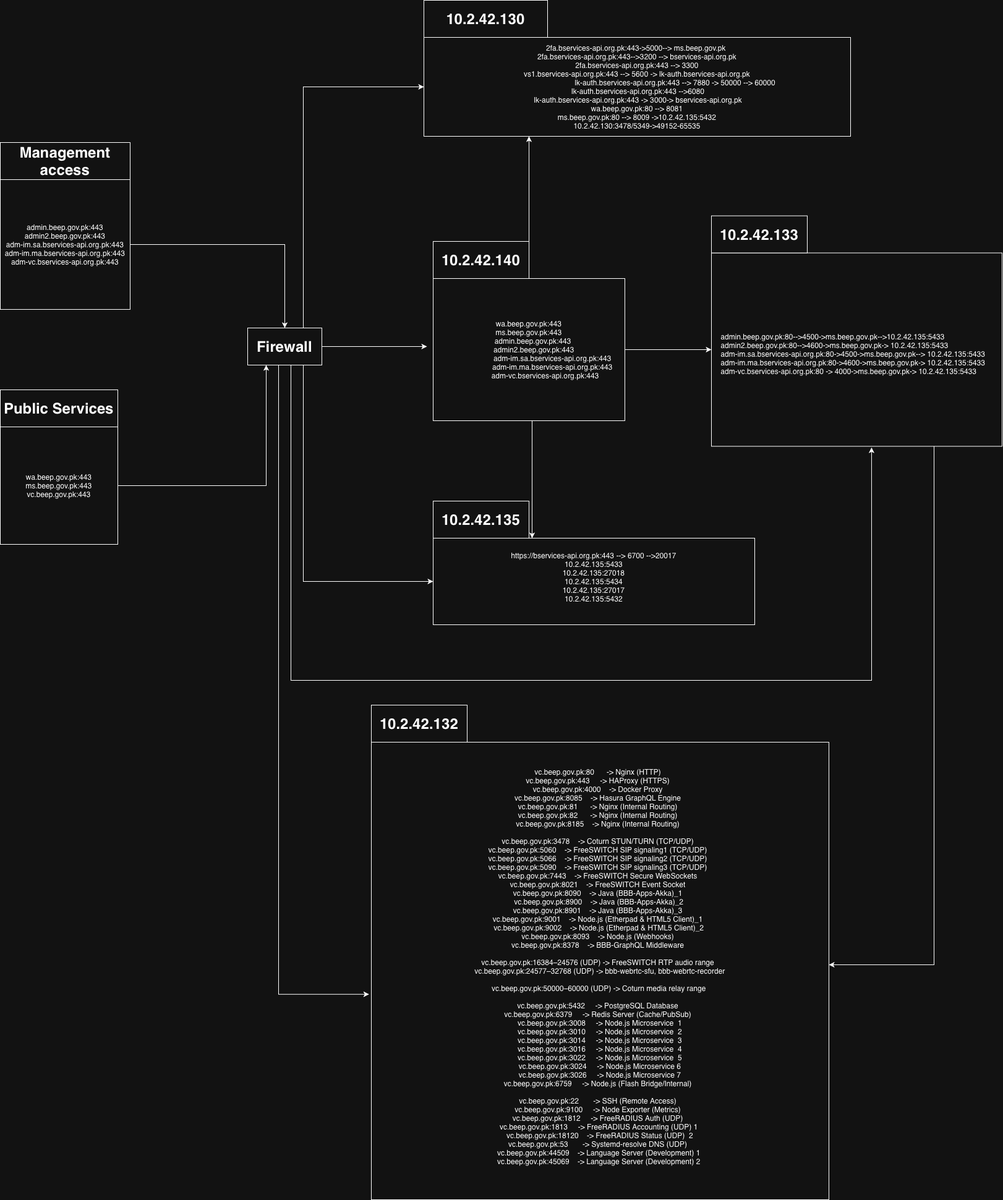
The draw.io diagram Untitled Diagram.drawio.png in Ahmer-rehman/backend, before a commit. Source tidied: cells renumbered, new cells last; positions are measured from the earlier drawing's top-left corner, leaving out a move shared by most shapes.
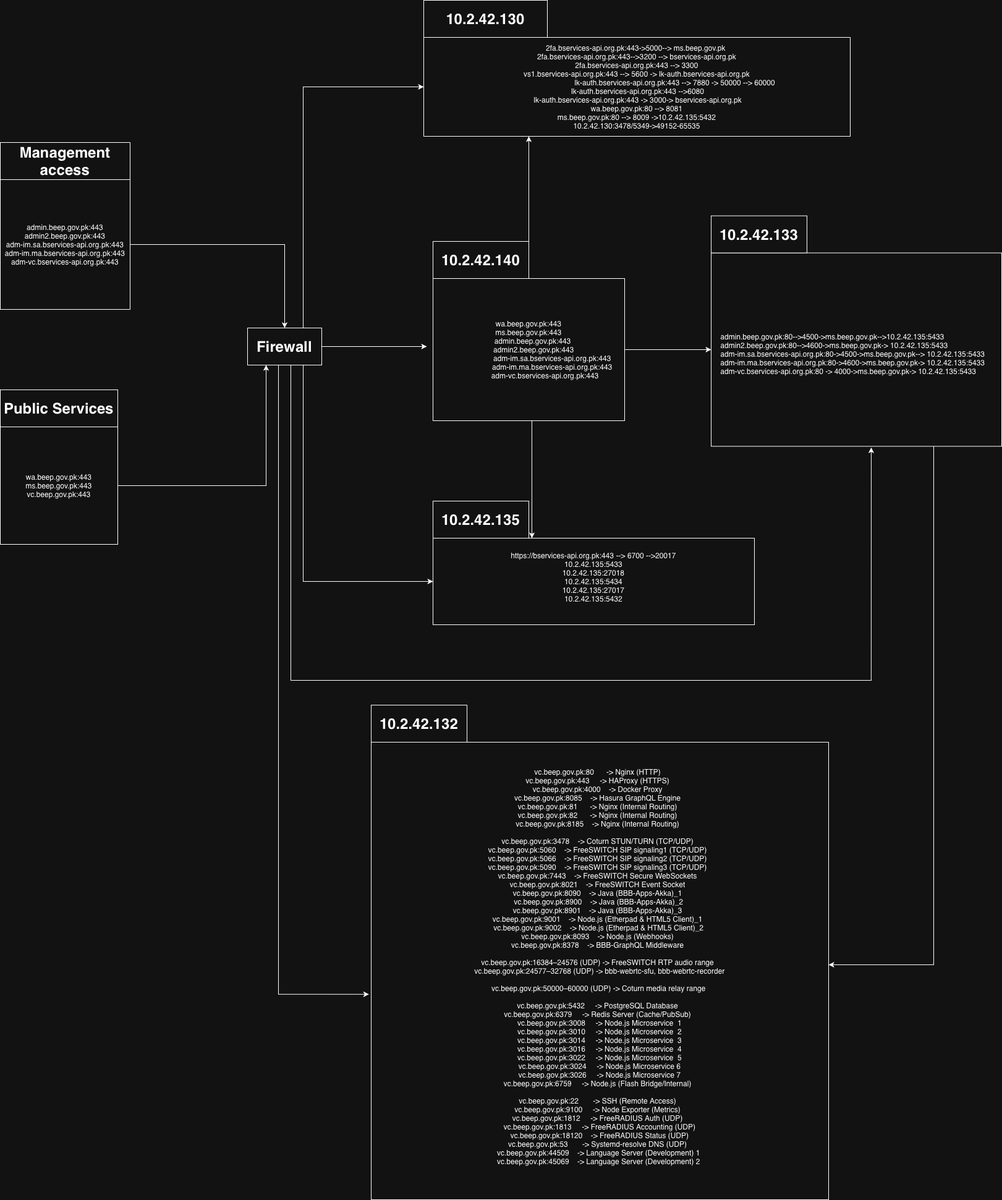
The same diagram one commit later.

Change to the diagram source:
```diff
@@ -94,7 +94,7 @@
         </Array>
       </mxGeometry>
     </mxCell>
-    <mxCell id="25" value="&lt;div&gt;vc.beep.gov.pk:80 &amp;nbsp; &amp;nbsp; &amp;nbsp;-&amp;gt; Nginx (HTTP) &amp;nbsp;&lt;/div&gt;&lt;div&gt;vc.beep.gov.pk:443 &amp;nbsp; &amp;nbsp; -&amp;gt; HAProxy (HTTPS) &amp;nbsp;&lt;/div&gt;&lt;div&gt;vc.beep.gov.pk:4000 &amp;nbsp; &amp;nbsp;-&amp;gt; Docker Proxy &amp;nbsp;&lt;/div&gt;&lt;div&gt;vc.beep.gov.pk:8085 &amp;nbsp; &amp;nbsp;-&amp;gt; Hasura GraphQL Engine &amp;nbsp;&lt;/div&gt;&lt;div&gt;vc.beep.gov.pk:81 &amp;nbsp; &amp;nbsp; &amp;nbsp;-&amp;gt; Nginx (Internal Routing) &amp;nbsp;&lt;/div&gt;&lt;div&gt;vc.beep.gov.pk:82 &amp;nbsp; &amp;nbsp; &amp;nbsp;-&amp;gt; Nginx (Internal Routing) &amp;nbsp;&lt;/div&gt;&lt;div&gt;vc.beep.gov.pk:8185 &amp;nbsp; &amp;nbsp;-&amp;gt; Nginx (Internal Routing) &amp;nbsp;&lt;/div&gt;&lt;div&gt;&lt;br&gt;&lt;/div&gt;&lt;div&gt;vc.beep.gov.pk:3478 &amp;nbsp; &amp;nbsp;-&amp;gt; Coturn STUN/TURN (TCP/UDP) &amp;nbsp;&lt;/div&gt;&lt;div&gt;vc.beep.gov.pk:5060 &amp;nbsp; &amp;nbsp;-&amp;gt; FreeSWITCH SIP signaling1 (TCP/UDP) &amp;nbsp;&lt;/div&gt;&lt;div&gt;vc.beep.gov.pk:5066 &amp;nbsp; &amp;nbsp;-&amp;gt; FreeSWITCH SIP signaling2 (TCP/UDP) &amp;nbsp;&lt;/div&gt;&lt;div&gt;vc.beep.gov.pk:5090 &amp;nbsp; &amp;nbsp;-&amp;gt; FreeSWITCH SIP signaling3 (TCP/UDP) &amp;nbsp;&lt;/div&gt;&lt;div&gt;vc.beep.gov.pk:7443 &amp;nbsp; &amp;nbsp;-&amp;gt; FreeSWITCH Secure WebSockets &amp;nbsp;&lt;/div&gt;&lt;div&gt;vc.beep.gov.pk:8021 &amp;nbsp; &amp;nbsp;-&amp;gt; FreeSWITCH Event Socket &amp;nbsp;&lt;/div&gt;&lt;div&gt;vc.beep.gov.pk:8090 &amp;nbsp; &amp;nbsp;-&amp;gt; Java (BBB-Apps-Akka)_1 &amp;nbsp;&lt;/div&gt;&lt;div&gt;vc.beep.gov.pk:8900 &amp;nbsp; &amp;nbsp;-&amp;gt; Java (BBB-Apps-Akka)_2&amp;nbsp;&lt;/div&gt;&lt;div&gt;vc.beep.gov.pk:8901 &amp;nbsp; &amp;nbsp;-&amp;gt; Java (BBB-Apps-Akka)_3 &amp;nbsp;&lt;/div&gt;&lt;div&gt;vc.beep.gov.pk:9001 &amp;nbsp; &amp;nbsp;-&amp;gt; Node.js (Etherpad &amp;amp; HTML5 Client)_1 &amp;nbsp;&lt;/div&gt;&lt;div&gt;vc.beep.gov.pk:9002 &amp;nbsp; &amp;nbsp;-&amp;gt; Node.js (Etherpad &amp;amp; HTML5 Client)_2&amp;nbsp;&lt;/div&gt;&lt;div&gt;vc.beep.gov.pk:8093 &amp;nbsp; &amp;nbsp;-&amp;gt; Node.js (Webhooks) &amp;nbsp;&lt;/div&gt;&lt;div&gt;vc.beep.gov.pk:8378 &amp;nbsp; &amp;nbsp;-&amp;gt; BBB-GraphQL Middleware &amp;nbsp;&lt;/div&gt;&lt;div&gt;&lt;br&gt;&lt;/div&gt;&lt;div&gt;vc.beep.gov.pk:16384–24576 (UDP) -&amp;gt; FreeSWITCH RTP audio range &amp;nbsp;&lt;/div&gt;&lt;div&gt;vc.beep.gov.pk:24577–32768 (UDP) -&amp;gt; bbb-webrtc-sfu, bbb-webrtc-recorder&lt;/div&gt;&lt;div&gt;&lt;br&gt;&lt;/div&gt;&lt;div&gt;vc.beep.gov.pk:50000–60000 (UDP) -&amp;gt; Coturn media relay range&amp;nbsp;&lt;/div&gt;&lt;div&gt;&lt;br&gt;&lt;/div&gt;&lt;div&gt;vc.beep.gov.pk:5432 &amp;nbsp; &amp;nbsp; -&amp;gt; PostgreSQL Database &amp;nbsp;&lt;/div&gt;&lt;div&gt;vc.beep.gov.pk:6379 &amp;nbsp; &amp;nbsp; -&amp;gt; Redis Server (Cache/PubSub) &amp;nbsp;&lt;/div&gt;&lt;div&gt;vc.beep.gov.pk:3008 &amp;nbsp; &amp;nbsp; -&amp;gt; Node.js Microservice &amp;nbsp;1&lt;/div&gt;&lt;div&gt;vc.beep.gov.pk:3010 &amp;nbsp; &amp;nbsp; -&amp;gt; Node.js Microservice &amp;nbsp;2&lt;/div&gt;&lt;div&gt;vc.beep.gov.pk:3014 &amp;nbsp; &amp;nbsp; -&amp;gt; Node.js Microservice &amp;nbsp;3&lt;/div&gt;&lt;div&gt;vc.beep.gov.pk:3016 &amp;nbsp; &amp;nbsp; -&amp;gt; Node.js Microservice &amp;nbsp;4&lt;/div&gt;&lt;div&gt;vc.beep.gov.pk:3022 &amp;nbsp; &amp;nbsp; -&amp;gt; Node.js Microservice &amp;nbsp;5&lt;/div&gt;&lt;div&gt;vc.beep.gov.pk:3024 &amp;nbsp; &amp;nbsp; -&amp;gt; Node.js Microservice 6&lt;/div&gt;&lt;div&gt;vc.beep.gov.pk:3026 &amp;nbsp; &amp;nbsp; -&amp;gt; Node.js Microservice 7&lt;/div&gt;&lt;div&gt;vc.beep.gov.pk:6759 &amp;nbsp; &amp;nbsp; -&amp;gt; Node.js (Flash Bridge/Internal) &amp;nbsp;&lt;/div&gt;&lt;div&gt;&lt;br&gt;&lt;/div&gt;&lt;div&gt;vc.beep.gov.pk:22 &amp;nbsp; &amp;nbsp; &amp;nbsp; -&amp;gt; SSH (Remote Access) &amp;nbsp;&lt;/div&gt;&lt;div&gt;vc.beep.gov.pk:9100 &amp;nbsp; &amp;nbsp; -&amp;gt; Node Exporter (Metrics) &amp;nbsp;&lt;/div&gt;&lt;div&gt;vc.beep.gov.pk:1812 &amp;nbsp; &amp;nbsp; -&amp;gt; FreeRADIUS Auth (UDP) &amp;nbsp;&lt;/div&gt;&lt;div&gt;vc.beep.gov.pk:1813 &amp;nbsp; &amp;nbsp; -&amp;gt; FreeRADIUS Accounting (UDP) 1&amp;nbsp;&lt;/div&gt;&lt;div&gt;vc.beep.gov.pk:18120 &amp;nbsp; &amp;nbsp;-&amp;gt; FreeRADIUS Status (UDP) &amp;nbsp;2&lt;/div&gt;&lt;div&gt;vc.beep.gov.pk:53 &amp;nbsp; &amp;nbsp; &amp;nbsp; -&amp;gt; Systemd-resolve DNS (UDP) &amp;nbsp;&lt;/div&gt;&lt;div&gt;vc.beep.gov.pk:44509 &amp;nbsp; &amp;nbsp;-&amp;gt; Language Server (Development) 1&amp;nbsp;&lt;/div&gt;&lt;div&gt;vc.beep.gov.pk:45069 &amp;nbsp; &amp;nbsp;-&amp;gt; Language Server (Development) 2&amp;nbsp;&lt;/div&gt;&lt;div&gt;&lt;br&gt;&lt;/div&gt;" style="whiteSpace=wrap;html=1;" parent="1" vertex="1">
+    <mxCell id="25" value="&lt;div&gt;vc.beep.gov.pk:80 &amp;nbsp; &amp;nbsp; &amp;nbsp;-&amp;gt; Nginx (HTTP) &amp;nbsp;&lt;/div&gt;&lt;div&gt;vc.beep.gov.pk:443 &amp;nbsp; &amp;nbsp; -&amp;gt; HAProxy (HTTPS) &amp;nbsp;&lt;/div&gt;&lt;div&gt;vc.beep.gov.pk:4000 &amp;nbsp; &amp;nbsp;-&amp;gt; Docker Proxy &amp;nbsp;&lt;/div&gt;&lt;div&gt;vc.beep.gov.pk:8085 &amp;nbsp; &amp;nbsp;-&amp;gt; Hasura GraphQL Engine &amp;nbsp;&lt;/div&gt;&lt;div&gt;vc.beep.gov.pk:81 &amp;nbsp; &amp;nbsp; &amp;nbsp;-&amp;gt; Nginx (Internal Routing) &amp;nbsp;&lt;/div&gt;&lt;div&gt;vc.beep.gov.pk:82 &amp;nbsp; &amp;nbsp; &amp;nbsp;-&amp;gt; Nginx (Internal Routing) &amp;nbsp;&lt;/div&gt;&lt;div&gt;vc.beep.gov.pk:8185 &amp;nbsp; &amp;nbsp;-&amp;gt; Nginx (Internal Routing) &amp;nbsp;&lt;/div&gt;&lt;div&gt;&lt;br&gt;&lt;/div&gt;&lt;div&gt;vc.beep.gov.pk:3478 &amp;nbsp; &amp;nbsp;-&amp;gt; Coturn STUN/TURN (TCP/UDP) &amp;nbsp;&lt;/div&gt;&lt;div&gt;vc.beep.gov.pk:5060 &amp;nbsp; &amp;nbsp;-&amp;gt; FreeSWITCH SIP signaling1 (TCP/UDP) &amp;nbsp;&lt;/div&gt;&lt;div&gt;vc.beep.gov.pk:5066 &amp;nbsp; &amp;nbsp;-&amp;gt; FreeSWITCH SIP signaling2 (TCP/UDP) &amp;nbsp;&lt;/div&gt;&lt;div&gt;vc.beep.gov.pk:5090 &amp;nbsp; &amp;nbsp;-&amp;gt; FreeSWITCH SIP signaling3 (TCP/UDP) &amp;nbsp;&lt;/div&gt;&lt;div&gt;vc.beep.gov.pk:7443 &amp;nbsp; &amp;nbsp;-&amp;gt; FreeSWITCH Secure WebSockets &amp;nbsp;&lt;/div&gt;&lt;div&gt;vc.beep.gov.pk:8021 &amp;nbsp; &amp;nbsp;-&amp;gt; FreeSWITCH Event Socket &amp;nbsp;&lt;/div&gt;&lt;div&gt;vc.beep.gov.pk:8090 &amp;nbsp; &amp;nbsp;-&amp;gt; Java (BBB-Apps-Akka)_1 &amp;nbsp;&lt;/div&gt;&lt;div&gt;vc.beep.gov.pk:8900 &amp;nbsp; &amp;nbsp;-&amp;gt; Java (BBB-Apps-Akka)_2&amp;nbsp;&lt;/div&gt;&lt;div&gt;vc.beep.gov.pk:8901 &amp;nbsp; &amp;nbsp;-&amp;gt; Java (BBB-Apps-Akka)_3 &amp;nbsp;&lt;/div&gt;&lt;div&gt;vc.beep.gov.pk:9001 &amp;nbsp; &amp;nbsp;-&amp;gt; Node.js (Etherpad &amp;amp; HTML5 Client)_1 &amp;nbsp;&lt;/div&gt;&lt;div&gt;vc.beep.gov.pk:9002 &amp;nbsp; &amp;nbsp;-&amp;gt; Node.js (Etherpad &amp;amp; HTML5 Client)_2&amp;nbsp;&lt;/div&gt;&lt;div&gt;vc.beep.gov.pk:8093 &amp;nbsp; &amp;nbsp;-&amp;gt; Node.js (Webhooks) &amp;nbsp;&lt;/div&gt;&lt;div&gt;vc.beep.gov.pk:8378 &amp;nbsp; &amp;nbsp;-&amp;gt; BBB-GraphQL Middleware &amp;nbsp;&lt;/div&gt;&lt;div&gt;&lt;br&gt;&lt;/div&gt;&lt;div&gt;vc.beep.gov.pk:16384–24576 (UDP) -&amp;gt; FreeSWITCH RTP audio range &amp;nbsp;&lt;/div&gt;&lt;div&gt;vc.beep.gov.pk:24577–32768 (UDP) -&amp;gt; bbb-webrtc-sfu, bbb-webrtc-recorder&lt;/div&gt;&lt;div&gt;&lt;br&gt;&lt;/div&gt;&lt;div&gt;vc.beep.gov.pk:50000–60000 (UDP) -&amp;gt; Coturn media relay range&amp;nbsp;&lt;/div&gt;&lt;div&gt;&lt;br&gt;&lt;/div&gt;&lt;div&gt;vc.beep.gov.pk:5432 &amp;nbsp; &amp;nbsp; -&amp;gt; PostgreSQL Database &amp;nbsp;&lt;/div&gt;&lt;div&gt;vc.beep.gov.pk:6379 &amp;nbsp; &amp;nbsp; -&amp;gt; Redis Server (Cache/PubSub) &amp;nbsp;&lt;/div&gt;&lt;div&gt;vc.beep.gov.pk:3008 &amp;nbsp; &amp;nbsp; -&amp;gt; Node.js Microservice &amp;nbsp;1&lt;/div&gt;&lt;div&gt;vc.beep.gov.pk:3010 &amp;nbsp; &amp;nbsp; -&amp;gt; Node.js Microservice &amp;nbsp;2&lt;/div&gt;&lt;div&gt;vc.beep.gov.pk:3014 &amp;nbsp; &amp;nbsp; -&amp;gt; Node.js Microservice &amp;nbsp;3&lt;/div&gt;&lt;div&gt;vc.beep.gov.pk:3016 &amp;nbsp; &amp;nbsp; -&amp;gt; Node.js Microservice &amp;nbsp;4&lt;/div&gt;&lt;div&gt;vc.beep.gov.pk:3022 &amp;nbsp; &amp;nbsp; -&amp;gt; Node.js Microservice &amp;nbsp;5&lt;/div&gt;&lt;div&gt;vc.beep.gov.pk:3024 &amp;nbsp; &amp;nbsp; -&amp;gt; Node.js Microservice 6&lt;/div&gt;&lt;div&gt;vc.beep.gov.pk:3026 &amp;nbsp; &amp;nbsp; -&amp;gt; Node.js Microservice 7&lt;/div&gt;&lt;div&gt;vc.beep.gov.pk:6759 &amp;nbsp; &amp;nbsp; -&amp;gt; Node.js (Flash Bridge/Internal) &amp;nbsp;&lt;/div&gt;&lt;div&gt;&lt;br&gt;&lt;/div&gt;&lt;div&gt;vc.beep.gov.pk:22 &amp;nbsp; &amp;nbsp; &amp;nbsp; -&amp;gt; SSH (Remote Access) &amp;nbsp;&lt;/div&gt;&lt;div&gt;vc.beep.gov.pk:9100 &amp;nbsp; &amp;nbsp; -&amp;gt; Node Exporter (Metrics) &amp;nbsp;&lt;/div&gt;&lt;div&gt;vc.beep.gov.pk:1812 &amp;nbsp; &amp;nbsp; -&amp;gt; FreeRADIUS Auth (UDP) &amp;nbsp;&lt;/div&gt;&lt;div&gt;vc.beep.gov.pk:1813 &amp;nbsp; &amp;nbsp; -&amp;gt; FreeRADIUS Accounting (UDP)&lt;/div&gt;&lt;div&gt;vc.beep.gov.pk:18120 &amp;nbsp; &amp;nbsp;-&amp;gt; FreeRADIUS Status (UDP)&lt;/div&gt;&lt;div&gt;vc.beep.gov.pk:53 &amp;nbsp; &amp;nbsp; &amp;nbsp; -&amp;gt; Systemd-resolve DNS (UDP) &amp;nbsp;&lt;/div&gt;&lt;div&gt;vc.beep.gov.pk:44509 &amp;nbsp; &amp;nbsp;-&amp;gt; Language Server (Development) 1&amp;nbsp;&lt;/div&gt;&lt;div&gt;vc.beep.gov.pk:45069 &amp;nbsp; &amp;nbsp;-&amp;gt; Language Server (Development) 2&amp;nbsp;&lt;/div&gt;&lt;div&gt;&lt;br&gt;&lt;/div&gt;" style="whiteSpace=wrap;html=1;" parent="1" vertex="1">
       <mxGeometry x="600" y="1200" width="740" height="740" as="geometry" />
     </mxCell>
     <mxCell id="26" value="&lt;h1&gt;&lt;b&gt;10.2.42.132&lt;/b&gt;&lt;/h1&gt;" style="whiteSpace=wrap;html=1;" parent="1" vertex="1">
```
